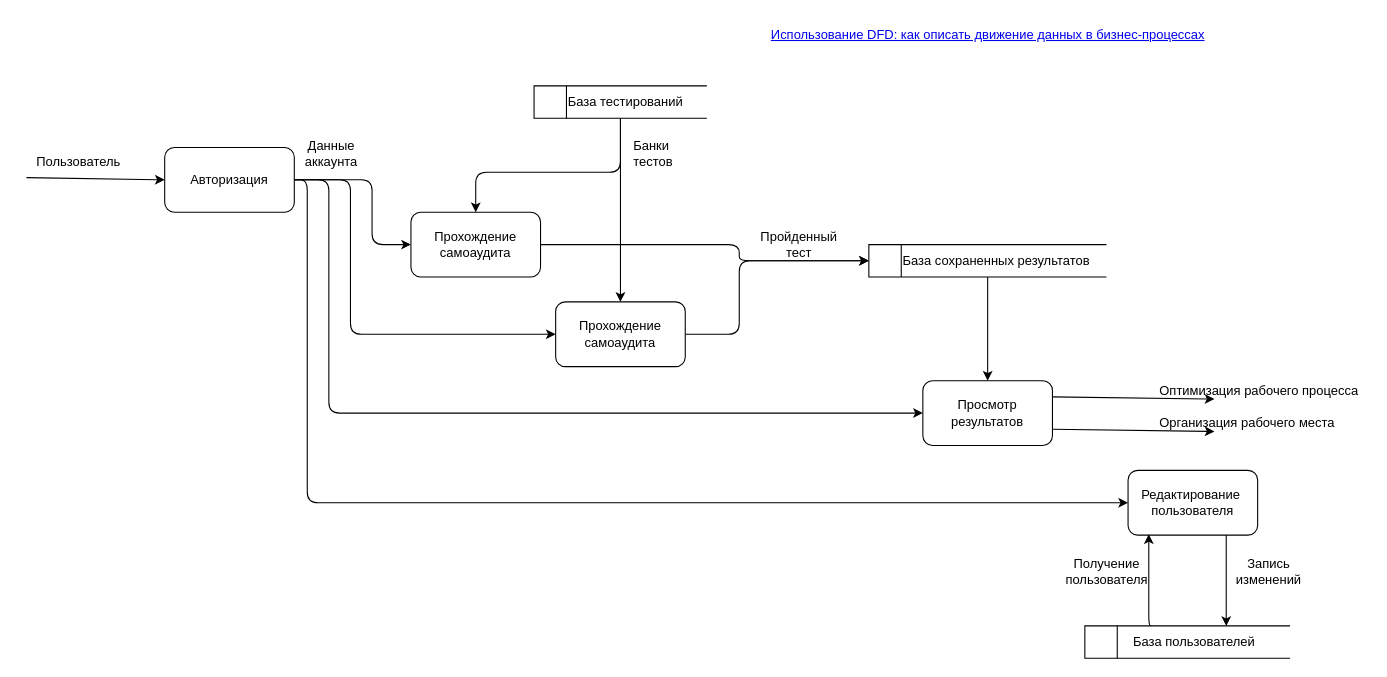
Vlad-Efremovv/kursach keeps this draw.io diagram as page "DFD!" (5 of 5) of курсач.drawio. Above is the earlier version. Source tidied: cells renumbered, new cells numbered last; positions are measured from the earlier drawing's top-left corner, leaving out a move shared by most shapes. Both pictures are drawn from the tidied source at 108%, with x=0, y=0 at pixel (26, 18).
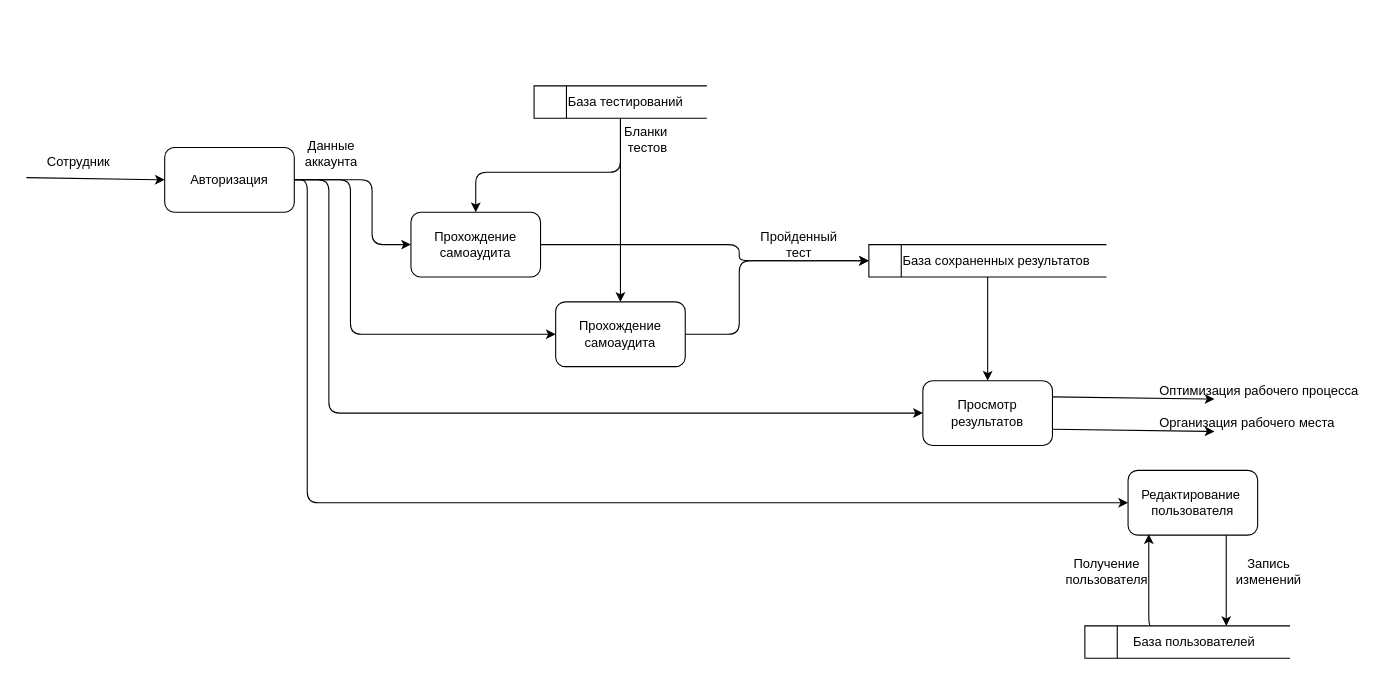
The same diagram, later.

What changed in the source:
```diff
@@
-    <mxCell id="4" value="Пользователь" style="text;html=1;align=center;verticalAlign=middle;strokeColor=none;fillColor=none;rounded=0;" parent="1" vertex="1">
-      <mxGeometry y="119.5" width="96" height="26" as="geometry" />
+    <mxCell id="4" value="&lt;span style=&quot;text-wrap-mode: wrap;&quot;&gt;Сотрудник&lt;/span&gt;" style="text;html=1;align=center;verticalAlign=middle;strokeColor=none;fillColor=none;rounded=0;" parent="1" vertex="1">
+      <mxGeometry x="8" y="117.5" width="80" height="30" as="geometry" />
     </mxCell>
@@
-    <mxCell id="28" value="Банки&amp;nbsp;&lt;div&gt;&lt;span style=&quot;background-color: initial;&quot;&gt;тестов&lt;/span&gt;&lt;/div&gt;" style="text;html=1;align=center;verticalAlign=middle;strokeColor=none;fillColor=none;" parent="1" vertex="1">
-      <mxGeometry x="550" y="104.5" width="60" height="40" as="geometry" />
+    <mxCell id="28" value="Бланки&amp;nbsp;&lt;div&gt;&lt;span style=&quot;background-color: initial;&quot;&gt;тестов&lt;/span&gt;&lt;/div&gt;" style="text;html=1;align=center;verticalAlign=middle;strokeColor=none;fillColor=none;" parent="1" vertex="1">
+      <mxGeometry x="540" y="92" width="70" height="40" as="geometry" />
     </mxCell>
@@
-    <mxCell id="32" value="&lt;a href=&quot;https://systems.education/data-flow-diagrams&quot;&gt;Использование DFD: как описать движение данных в бизнес-процессах&lt;/a&gt;" style="text;html=1;align=center;verticalAlign=middle;strokeColor=none;fillColor=none;" parent="1" vertex="1">
-      <mxGeometry x="675" width="430" height="30" as="geometry" />
-    </mxCell>
```
